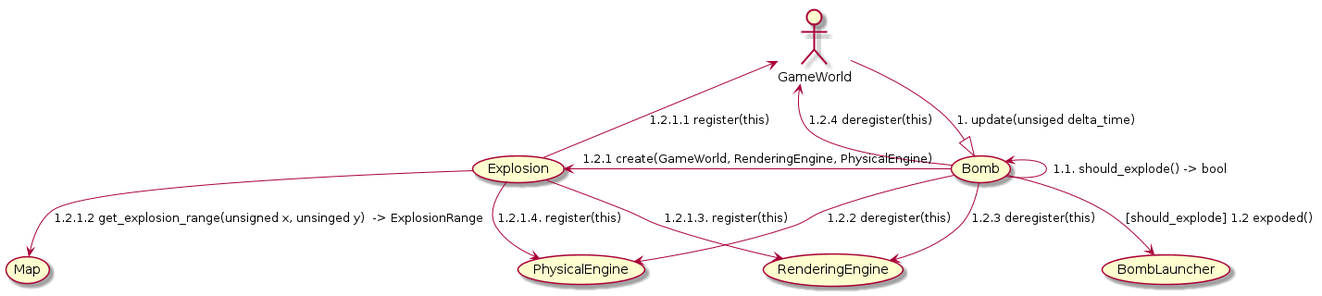
Before: docs/img/Communication_UC_2_2.png, a diagram exported from PlantUML (NadzwyczajnaGrupaRobocza/bomberman).
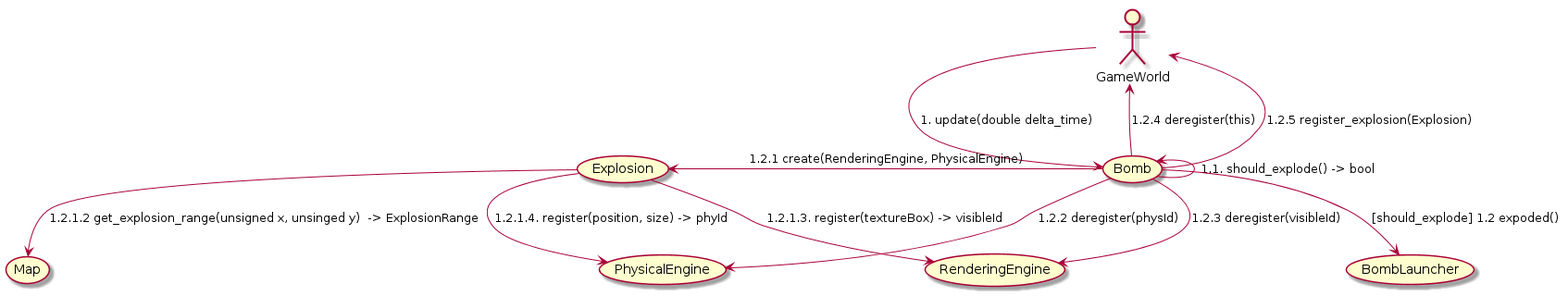
The same diagram one commit later.

Commit message:
Review Communication UC_2_2

Change to the diagram source:
```diff
@@ -1,17 +1,17 @@
 @startuml
 
-:GameWorld: -down-|> (Bomb) : 1. update(unsiged delta_time)
+:GameWorld: -down-> (Bomb) : 1. update(double delta_time)
 
 (Bomb) -up-> (Bomb) : 1.1. should_explode() -> bool
 (Bomb) --> (BombLauncher) : [should_explode] 1.2 expoded()
-(Bomb) -left-> (Explosion) : 1.2.1 create(GameWorld, RenderingEngine, PhysicalEngine)
-(Bomb) -down-> (PhysicalEngine) : 1.2.2 deregister(this)
-(Bomb) -down-> (RenderingEngine) : 1.2.3 deregister(this)
+(Bomb) -left-> (Explosion) : 1.2.1 create(RenderingEngine, PhysicalEngine)
+(Bomb) -down-> (PhysicalEngine) : 1.2.2 deregister(physId)
+(Bomb) -down-> (RenderingEngine) : 1.2.3 deregister(visibleId)
 (Bomb) -up-> (GameWorld) : 1.2.4 deregister(this)
+(Bomb) -up-> (GameWorld) : 1.2.5 register_explosion(Explosion)
 
-(Explosion) -up-> (GameWorld) : 1.2.1.1 register(this)
 (Explosion) --> (Map) : 1.2.1.2 get_explosion_range(unsigned x, unsinged y)  -> ExplosionRange
-(Explosion) -down-> (RenderingEngine) : 1.2.1.3. register(this)
-(Explosion) -down-> (PhysicalEngine) : 1.2.1.4. register(this)
+(Explosion) -down-> (RenderingEngine) : 1.2.1.3. register(textureBox) -> visibleId
+(Explosion) -down-> (PhysicalEngine) : 1.2.1.4. register(position, size) -> phyId
 
 @enduml
```
